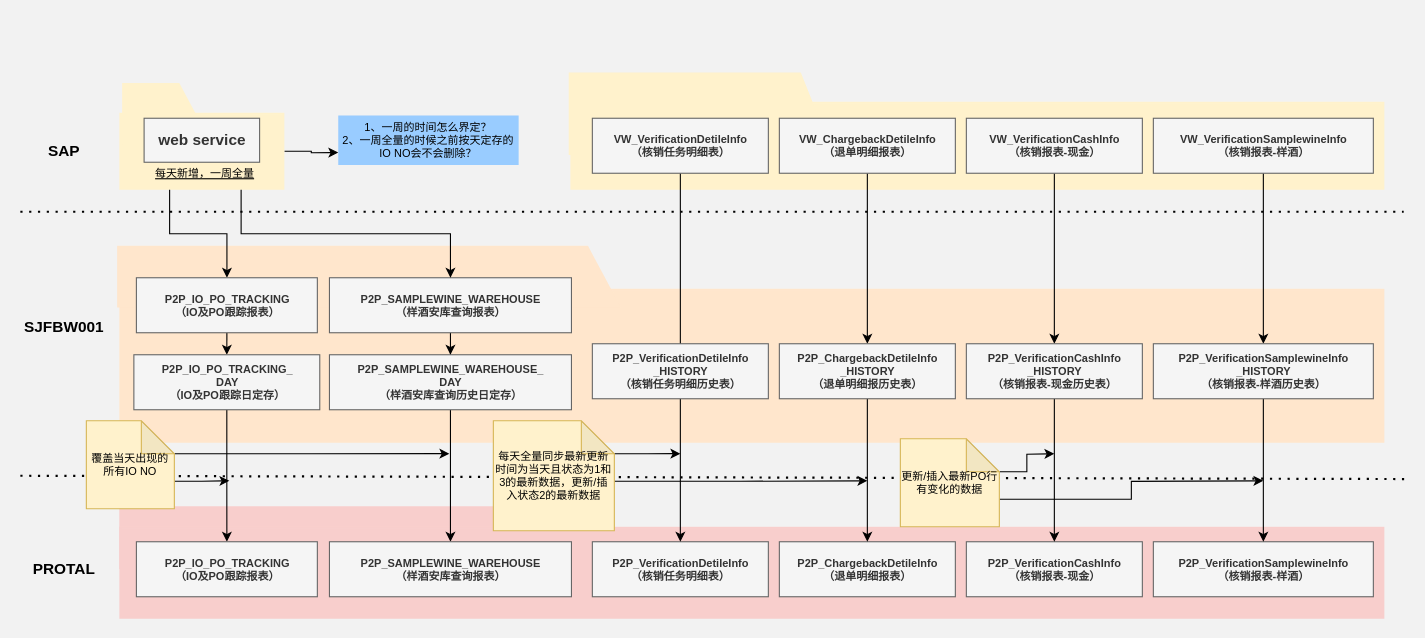
Earlier version of the draw.io diagram Untitled Diagram.drawio (ztacode/drawio). Source tidied: cells renumbered, new cells numbered last; positions are measured from the earlier drawing's top-left corner, leaving out a move shared by most shapes. Both pictures are drawn from the tidied source at 110%, with x=0, y=0 at pixel (20, -20).
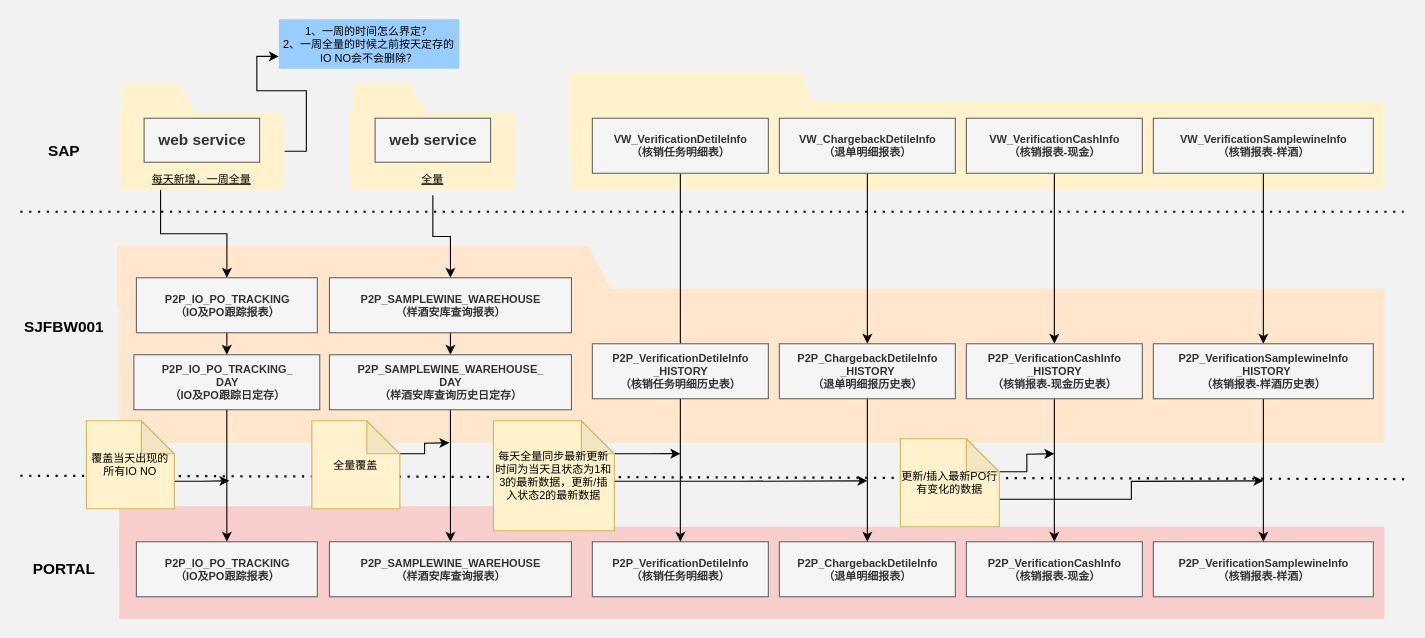
After the change.

The change refers to these unchanged cells:
```xml
<mxCell id="9" style="shape=ext;double=1;rounded=0;whiteSpace=wrap;html=1;shadow=0;sketch=0;fillColor=#fff2cc;strokeColor=none;" parent="1" vertex="1">
  <mxGeometry x="90" y="120" width="150" height="70" as="geometry" />
</mxCell>
<mxCell id="15" value="P2P_IO_PO_TRACKING&lt;br&gt;（IO及PO跟踪报表）" style="text;html=1;fontSize=10;fontStyle=1;verticalAlign=middle;align=center;rounded=0;shadow=0;sketch=0;arcSize=12;strokeWidth=1;fillColor=#f5f5f5;strokeColor=#666666;fontColor=#333333;" parent="1" vertex="1">
  <mxGeometry x="105.5" y="270" width="164.5" height="50" as="geometry" />
</mxCell>
<mxCell id="18" value="P2P_SAMPLEWINE_WAREHOUSE&lt;br&gt;（样酒安库查询报表）" style="text;html=1;fontSize=10;fontStyle=1;verticalAlign=middle;align=center;rounded=0;shadow=0;sketch=0;arcSize=12;strokeWidth=1;fillColor=#f5f5f5;strokeColor=#666666;fontColor=#333333;" parent="1" vertex="1">
  <mxGeometry x="281" y="270" width="220" height="50" as="geometry" />
</mxCell>
<mxCell id="43" value="覆盖当天出现的所有IO NO" style="shape=note;whiteSpace=wrap;html=1;backgroundOutline=1;darkOpacity=0.05;rounded=0;shadow=0;sketch=0;fontSize=10;strokeColor=#d6b656;strokeWidth=1;fillColor=#fff2cc;" parent="1" vertex="1">
  <mxGeometry x="60" y="400" width="80" height="80" as="geometry" />
</mxCell>
```

Change to the diagram source:
```diff
@@
+    <mxCell id="60" style="edgeStyle=orthogonalEdgeStyle;rounded=0;jettySize=auto;html=1;exitX=0.25;exitY=1;exitDx=0;exitDy=0;entryX=0.5;entryY=0;entryDx=0;entryDy=0;fontSize=10;" parent="1" edge="1" source="9" target="15">
+      <mxGeometry relative="1" as="geometry" />
+    </mxCell>
@@
-    <mxCell id="10" style="edgeStyle=orthogonalEdgeStyle;rounded=0;jettySize=auto;html=1;exitX=0.25;exitY=1;exitDx=0;exitDy=0;fontSize=10;" parent="1" edge="1" source="56" target="15">
-      <mxGeometry relative="1" as="geometry" />
-    </mxCell>
@@
-    <mxCell id="13" value="PROTAL" style="text;html=1;strokeColor=none;fillColor=none;align=center;verticalAlign=middle;whiteSpace=wrap;rounded=0;shadow=0;sketch=0;fontSize=14;fontStyle=1;" parent="1" vertex="1">
+    <mxCell id="13" value="PORTAL" style="text;html=1;strokeColor=none;fillColor=none;align=center;verticalAlign=middle;whiteSpace=wrap;rounded=0;shadow=0;sketch=0;fontSize=14;fontStyle=1;" parent="1" vertex="1">
       <mxGeometry x="10" y="520" width="60" height="30" as="geometry" />
     </mxCell>
@@
-    <mxCell id="42" style="edgeStyle=orthogonalEdgeStyle;rounded=0;jettySize=auto;html=1;exitX=0;exitY=0;exitDx=80;exitDy=30;exitPerimeter=0;fontSize=10;" parent="1" edge="1" source="43">
-      <mxGeometry relative="1" as="geometry">
-        <mxPoint x="390" y="429.9" as="targetPoint" />
-      </mxGeometry>
-    </mxCell>
@@
-    <mxCell id="55" style="edgeStyle=orthogonalEdgeStyle;rounded=0;jettySize=auto;html=1;exitX=0.75;exitY=1;exitDx=0;exitDy=0;entryX=0.5;entryY=0;entryDx=0;entryDy=0;fontSize=10;" parent="1" edge="1" source="56" target="18">
-      <mxGeometry relative="1" as="geometry" />
-    </mxCell>
     <mxCell id="56" value="每天新增，一周全量" style="text;html=1;strokeColor=none;fillColor=none;align=center;verticalAlign=middle;whiteSpace=wrap;rounded=0;shadow=0;sketch=0;fontSize=10;fontStyle=4;" parent="1" vertex="1">
-      <mxGeometry x="103.2" y="160" width="130" height="30" as="geometry" />
+      <mxGeometry x="100" y="165" width="130" height="30" as="geometry" />
     </mxCell>
@@
     <mxCell id="59" value="1、一周的时间怎么界定？&lt;br&gt;2、一周全量的时候之前按天定存的IO NO会不会删除？" style="text;html=1;align=center;verticalAlign=middle;whiteSpace=wrap;rounded=0;shadow=0;sketch=0;fontSize=10;fillColor=#99CCFF;strokeColor=none;" parent="1" vertex="1">
-      <mxGeometry x="289" y="122.5" width="164" height="45" as="geometry" />
+      <mxGeometry x="235" y="35" width="164" height="45" as="geometry" />
     </mxCell>
+    <mxCell id="61" style="edgeStyle=orthogonalEdgeStyle;rounded=0;jettySize=auto;html=1;exitX=0;exitY=0;exitDx=80;exitDy=30;exitPerimeter=0;fontSize=10;" parent="1" edge="1" source="62">
+      <mxGeometry relative="1" as="geometry">
+        <mxPoint x="390" y="420" as="targetPoint" />
+      </mxGeometry>
+    </mxCell>
+    <mxCell id="62" value="全量覆盖" style="shape=note;whiteSpace=wrap;html=1;backgroundOutline=1;darkOpacity=0.05;rounded=0;shadow=0;sketch=0;fontSize=10;strokeColor=#d6b656;strokeWidth=1;fillColor=#fff2cc;" parent="1" vertex="1">
+      <mxGeometry x="265" y="400" width="80" height="80" as="geometry" />
+    </mxCell>
+    <mxCell id="63" style="shape=ext;double=1;rounded=0;whiteSpace=wrap;html=1;shadow=0;sketch=0;fillColor=#fff2cc;strokeColor=none;" parent="1" vertex="1">
+      <mxGeometry x="300" y="120" width="150" height="70" as="geometry" />
+    </mxCell>
+    <mxCell id="64" style="edgeStyle=orthogonalEdgeStyle;rounded=0;jettySize=auto;html=1;exitX=0.5;exitY=1;exitDx=0;exitDy=0;entryX=0.5;entryY=0;entryDx=0;entryDy=0;fontSize=10;" parent="1" edge="1" source="65" target="18">
+      <mxGeometry relative="1" as="geometry" />
+    </mxCell>
+    <mxCell id="65" value="全量" style="text;html=1;strokeColor=none;fillColor=none;align=center;verticalAlign=middle;whiteSpace=wrap;rounded=0;shadow=0;sketch=0;fontSize=10;fontStyle=4;" parent="1" vertex="1">
+      <mxGeometry x="310" y="165" width="130" height="30" as="geometry" />
+    </mxCell>
+    <mxCell id="66" style="shape=manualInput;whiteSpace=wrap;html=1;rounded=0;shadow=0;sketch=0;rotation=90;fillColor=#fff2cc;strokeColor=none;" parent="1" vertex="1">
+      <mxGeometry x="315.5" y="80" width="56" height="82" as="geometry" />
+    </mxCell>
+    <mxCell id="67" value="web service" style="text;strokeColor=#666666;fillColor=#f5f5f5;html=1;fontSize=14;fontStyle=1;verticalAlign=middle;align=center;rounded=0;shadow=0;sketch=0;arcSize=12;strokeWidth=1;fontColor=#333333;" parent="1" vertex="1">
+      <mxGeometry x="322.5" y="125" width="105" height="40" as="geometry" />
+    </mxCell>
```
